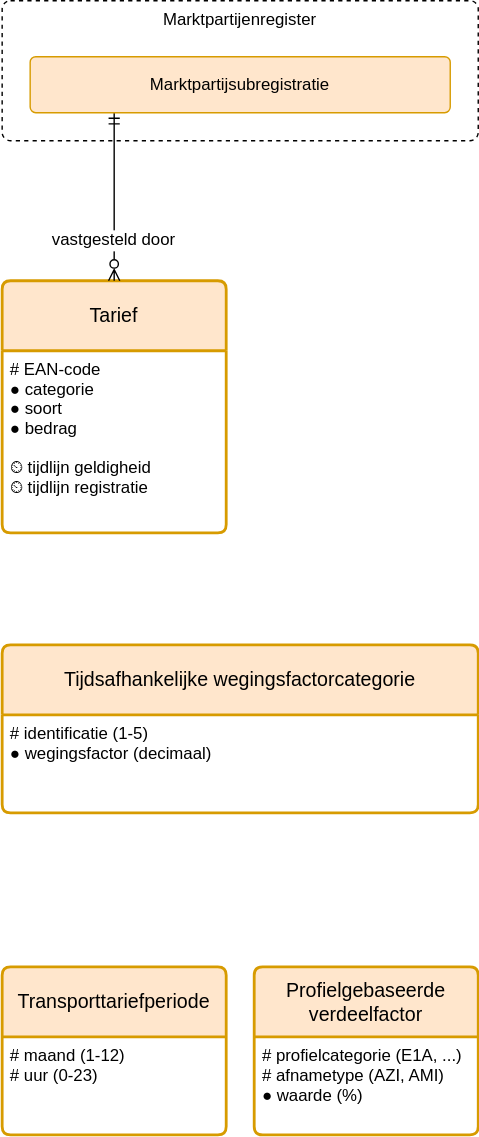
Before: registers/tarievenregister/1.1/tarievenregister.drawio.svg, a diagram exported from draw.io (Netbeheer-Nederland/stelsel). Source tidied: cells renumbered, new cells last; positions are measured from the earlier drawing's top-left corner, leaving out a move shared by most shapes. Source of this version:
```xml
<mxGraphModel>
  <root>
    <mxCell id="0" />
    <mxCell id="1" parent="0" />
    <mxCell id="2" value="Marktpartijenregister" style="rounded=1;whiteSpace=wrap;verticalAlign=top;sketch=0;fontSize=12;dashed=1;arcSize=12;absoluteArcSize=1;" parent="1" vertex="1">
      <mxGeometry width="340" height="100" as="geometry" />
    </mxCell>
    <mxCell id="3" value="Tarief" style="swimlane;horizontal=1;startSize=50;rounded=1;fontSize=14;fontStyle=0;strokeWidth=2;shadow=0;dashed=0;align=center;fillColor=#ffe6cc;strokeColor=#d79b00;arcSize=4;whiteSpace=wrap;" parent="1" vertex="1">
      <mxGeometry y="200" width="160" height="180" as="geometry" />
    </mxCell>
    <mxCell id="4" value="# EAN-code&#10;● categorie&#10;● soort&#10;● bedrag&#10;&#10;⏲ tijdlijn geldigheid&#10;⏲ tijdlijn registratie" style="align=left;strokeColor=none;fillColor=none;spacingLeft=4;fontSize=12;verticalAlign=top;" parent="3" vertex="1">
      <mxGeometry y="50" width="160" height="130" as="geometry" />
    </mxCell>
    <mxCell id="5" value="vastgesteld door" style="fontSize=12;endArrow=ERmandOne;startArrow=ERzeroToMany;rounded=0;startFill=0;endFill=0;verticalAlign=middle;strokeColor=default;labelBackgroundColor=default;fontColor=default;align=center;edgeStyle=elbowEdgeStyle;exitX=0.5;exitY=0;exitDx=0;exitDy=0;" parent="1" edge="1" source="3" target="6">
      <mxGeometry x="-0.5" relative="1" as="geometry" />
    </mxCell>
    <mxCell id="6" value="Marktpartijsubregistratie" style="rounded=1;arcSize=10;whiteSpace=wrap;align=center;fillColor=#ffe6cc;strokeColor=#d79b00;" parent="1" vertex="1">
      <mxGeometry x="20" y="40" width="300" height="40" as="geometry" />
    </mxCell>
    <mxCell id="7" value="Tijdsafhankelijke wegingsfactorcategorie" style="swimlane;horizontal=1;startSize=50;rounded=1;fontSize=14;fontStyle=0;strokeWidth=2;shadow=0;dashed=0;align=center;fillColor=#ffe6cc;strokeColor=#d79b00;arcSize=4;whiteSpace=wrap;" parent="1" vertex="1">
      <mxGeometry y="460" width="340" height="120" as="geometry" />
    </mxCell>
    <mxCell id="8" value="# identificatie (1-5)&#10;● wegingsfactor (decimaal)" style="align=left;strokeColor=none;fillColor=none;spacingLeft=4;fontSize=12;verticalAlign=top;" parent="7" vertex="1">
      <mxGeometry y="50" width="340" height="70" as="geometry" />
    </mxCell>
    <mxCell id="9" value="Transporttariefperiode" style="swimlane;horizontal=1;startSize=50;rounded=1;fontSize=14;fontStyle=0;strokeWidth=2;shadow=0;dashed=0;align=center;fillColor=#ffe6cc;strokeColor=#d79b00;arcSize=4;whiteSpace=wrap;" parent="1" vertex="1">
      <mxGeometry y="690" width="160" height="120" as="geometry" />
    </mxCell>
    <mxCell id="10" value="# maand (1-12)&#10;# uur (0-23)" style="align=left;strokeColor=none;fillColor=none;spacingLeft=4;fontSize=12;verticalAlign=top;" parent="9" vertex="1">
      <mxGeometry y="50" width="160" height="70" as="geometry" />
    </mxCell>
    <mxCell id="11" value="Profielgebaseerde verdeelfactor" style="swimlane;horizontal=1;startSize=50;rounded=1;fontSize=14;fontStyle=0;strokeWidth=2;shadow=0;dashed=0;align=center;fillColor=#ffe6cc;strokeColor=#d79b00;arcSize=4;whiteSpace=wrap;" parent="1" vertex="1">
      <mxGeometry x="180" y="690" width="160" height="120" as="geometry" />
    </mxCell>
    <mxCell id="12" value="# profielcategorie (E1A, ...)&#10;# afnametype (AZI, AMI)&#10;● waarde (%)" style="align=left;strokeColor=none;fillColor=none;spacingLeft=4;fontSize=12;verticalAlign=top;" parent="11" vertex="1">
      <mxGeometry y="50" width="160" height="70" as="geometry" />
    </mxCell>
  </root>
</mxGraphModel>
```
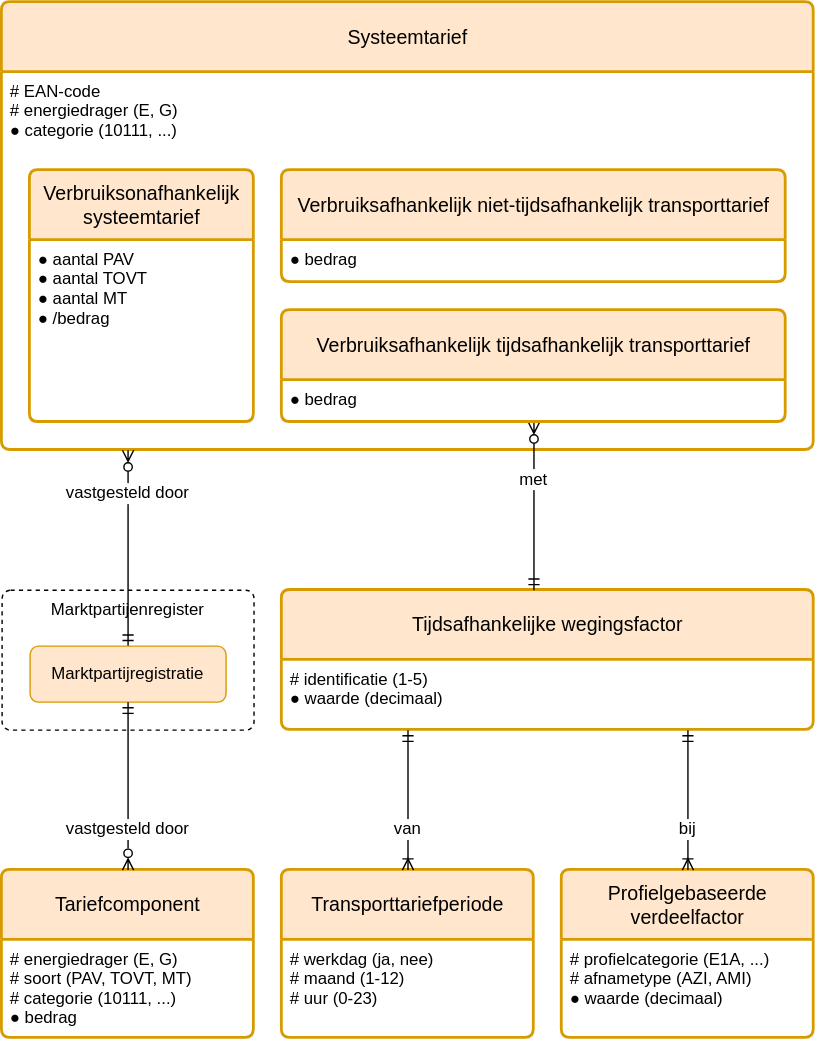
Later version of the same file.

Commit message:
Tarievenregister 1.1-draft

What changed in the source:
```diff
@@ -2,38 +2,74 @@
   <root>
     <mxCell id="0" />
     <mxCell id="1" parent="0" />
+    <mxCell id="13" value="Systeemtarief" style="swimlane;horizontal=1;startSize=50;rounded=1;fontSize=14;fontStyle=0;strokeWidth=2;shadow=0;dashed=0;align=center;fillColor=#ffe6cc;strokeColor=#d79b00;arcSize=4;whiteSpace=wrap;spacing=10;" parent="1" vertex="1">
+      <mxGeometry y="-380" width="580" height="320" as="geometry" />
+    </mxCell>
+    <mxCell id="14" value="# EAN-code&#10;# energiedrager (E, G)&#10;● categorie (10111, ...)" style="align=left;strokeColor=none;fillColor=none;spacingLeft=4;fontSize=12;verticalAlign=top;" parent="13" vertex="1">
+      <mxGeometry y="50" width="580" height="270" as="geometry" />
+    </mxCell>
+    <mxCell id="15" value="Verbruiksonafhankelijk systeemtarief" style="swimlane;horizontal=1;startSize=50;rounded=1;fontSize=14;fontStyle=0;strokeWidth=2;shadow=0;dashed=0;align=center;fillColor=#ffe6cc;strokeColor=#d79b00;arcSize=4;whiteSpace=wrap;spacing=10;" parent="1" vertex="1">
+      <mxGeometry x="20" y="-260" width="160" height="180" as="geometry" />
+    </mxCell>
+    <mxCell id="16" value="● aantal PAV&#10;● aantal TOVT&#10;● aantal MT&#10;● /bedrag" style="align=left;strokeColor=none;fillColor=none;spacingLeft=4;fontSize=12;verticalAlign=top;" parent="15" vertex="1">
+      <mxGeometry y="50" width="160" height="130" as="geometry" />
+    </mxCell>
+    <mxCell id="17" value="Verbruiksafhankelijk niet-tijdsafhankelijk transporttarief" style="swimlane;horizontal=1;startSize=50;rounded=1;fontSize=14;fontStyle=0;strokeWidth=2;shadow=0;dashed=0;align=center;fillColor=#ffe6cc;strokeColor=#d79b00;arcSize=4;whiteSpace=wrap;spacing=10;" parent="1" vertex="1">
+      <mxGeometry x="200" y="-260" width="360" height="80" as="geometry" />
+    </mxCell>
+    <mxCell id="18" value="● bedrag" style="align=left;strokeColor=none;fillColor=none;spacingLeft=4;fontSize=12;verticalAlign=top;" parent="17" vertex="1">
+      <mxGeometry y="50" width="360" height="30" as="geometry" />
+    </mxCell>
+    <mxCell id="19" value="Tariefcomponent" style="swimlane;horizontal=1;startSize=50;rounded=1;fontSize=14;fontStyle=0;strokeWidth=2;shadow=0;dashed=0;align=center;fillColor=#ffe6cc;strokeColor=#d79b00;arcSize=4;whiteSpace=wrap;spacing=10;" parent="1" vertex="1">
+      <mxGeometry y="240" width="180" height="120" as="geometry" />
+    </mxCell>
+    <mxCell id="20" value="# energiedrager (E, G)&#10;# soort (PAV, TOVT, MT)&#10;# categorie (10111, ...)&#10;● bedrag" style="align=left;strokeColor=none;fillColor=none;spacingLeft=4;fontSize=12;verticalAlign=top;" parent="19" vertex="1">
+      <mxGeometry y="50" width="180" height="70" as="geometry" />
+    </mxCell>
+    <mxCell id="21" value="Tijdsafhankelijke wegingsfactor" style="swimlane;horizontal=1;startSize=50;rounded=1;fontSize=14;fontStyle=0;strokeWidth=2;shadow=0;dashed=0;align=center;fillColor=#ffe6cc;strokeColor=#d79b00;arcSize=4;whiteSpace=wrap;spacing=10;" parent="1" vertex="1">
+      <mxGeometry x="200" y="40" width="380" height="100" as="geometry" />
+    </mxCell>
+    <mxCell id="22" value="# identificatie (1-5)&#10;● waarde (decimaal)" style="align=left;strokeColor=none;fillColor=none;spacingLeft=4;fontSize=12;verticalAlign=top;" parent="21" vertex="1">
+      <mxGeometry y="50" width="380" height="50" as="geometry" />
+    </mxCell>
+    <mxCell id="9" value="Transporttariefperiode" style="swimlane;horizontal=1;startSize=50;rounded=1;fontSize=14;fontStyle=0;strokeWidth=2;shadow=0;dashed=0;align=center;fillColor=#ffe6cc;strokeColor=#d79b00;arcSize=4;whiteSpace=wrap;spacing=10;" parent="1" vertex="1">
+      <mxGeometry x="200" y="240" width="180" height="120" as="geometry" />
+    </mxCell>
+    <mxCell id="23" value="# werkdag (ja, nee)&#10;# maand (1-12)&#10;# uur (0-23)" style="align=left;strokeColor=none;fillColor=none;spacingLeft=4;fontSize=12;verticalAlign=top;" parent="9" vertex="1">
+      <mxGeometry y="50" width="180" height="70" as="geometry" />
+    </mxCell>
+    <mxCell id="11" value="Profielgebaseerde verdeelfactor" style="swimlane;horizontal=1;startSize=50;rounded=1;fontSize=14;fontStyle=0;strokeWidth=2;shadow=0;dashed=0;align=center;fillColor=#ffe6cc;strokeColor=#d79b00;arcSize=4;whiteSpace=wrap;spacing=10;" parent="1" vertex="1">
+      <mxGeometry x="400" y="240" width="180" height="120" as="geometry" />
+    </mxCell>
+    <mxCell id="24" value="# profielcategorie (E1A, ...)&#10;# afnametype (AZI, AMI)&#10;● waarde (decimaal)" style="align=left;strokeColor=none;fillColor=none;spacingLeft=4;fontSize=12;verticalAlign=top;" parent="11" vertex="1">
+      <mxGeometry y="50" width="180" height="70" as="geometry" />
+    </mxCell>
+    <mxCell id="25" value="van" style="fontSize=12;endArrow=ERmandOne;startArrow=ERoneToMany;rounded=0;startFill=0;endFill=0;verticalAlign=middle;strokeColor=default;labelBackgroundColor=default;fontColor=default;align=center;edgeStyle=elbowEdgeStyle;" parent="1" edge="1" source="9" target="21">
+      <mxGeometry x="-0.4" relative="1" as="geometry" />
+    </mxCell>
+    <mxCell id="26" value="bij" style="fontSize=12;endArrow=ERmandOne;startArrow=ERoneToMany;rounded=0;startFill=0;endFill=0;verticalAlign=middle;strokeColor=default;labelBackgroundColor=default;fontColor=default;align=center;edgeStyle=elbowEdgeStyle;" parent="1" edge="1" source="11" target="21">
+      <mxGeometry x="-0.4" relative="1" as="geometry" />
+    </mxCell>
+    <mxCell id="27" value="met" style="fontSize=12;endArrow=ERmandOne;startArrow=ERzeroToMany;rounded=0;startFill=0;endFill=0;verticalAlign=middle;strokeColor=default;labelBackgroundColor=default;fontColor=default;align=center;edgeStyle=elbowEdgeStyle;" parent="1" edge="1" source="28" target="21">
+      <mxGeometry x="-0.33" relative="1" as="geometry" />
+    </mxCell>
+    <mxCell id="28" value="Verbruiksafhankelijk tijdsafhankelijk transporttarief" style="swimlane;horizontal=1;startSize=50;rounded=1;fontSize=14;fontStyle=0;strokeWidth=2;shadow=0;dashed=0;align=center;fillColor=#ffe6cc;strokeColor=#d79b00;arcSize=4;whiteSpace=wrap;spacing=10;" parent="1" vertex="1">
+      <mxGeometry x="200" y="-160" width="360" height="80" as="geometry" />
+    </mxCell>
+    <mxCell id="29" value="● bedrag" style="align=left;strokeColor=none;fillColor=none;spacingLeft=4;fontSize=12;verticalAlign=top;" parent="28" vertex="1">
+      <mxGeometry y="50" width="360" height="30" as="geometry" />
+    </mxCell>
     <mxCell id="2" value="Marktpartijenregister" style="rounded=1;whiteSpace=wrap;verticalAlign=top;sketch=0;fontSize=12;dashed=1;arcSize=12;absoluteArcSize=1;" parent="1" vertex="1">
-      <mxGeometry width="340" height="100" as="geometry" />
+      <mxGeometry y="40" width="180" height="100" as="geometry" />
     </mxCell>
-    <mxCell id="3" value="Tarief" style="swimlane;horizontal=1;startSize=50;rounded=1;fontSize=14;fontStyle=0;strokeWidth=2;shadow=0;dashed=0;align=center;fillColor=#ffe6cc;strokeColor=#d79b00;arcSize=4;whiteSpace=wrap;" parent="1" vertex="1">
-      <mxGeometry y="200" width="160" height="180" as="geometry" />
-    </mxCell>
-    <mxCell id="4" value="# EAN-code&#10;● categorie&#10;● soort&#10;● bedrag&#10;&#10;⏲ tijdlijn geldigheid&#10;⏲ tijdlijn registratie" style="align=left;strokeColor=none;fillColor=none;spacingLeft=4;fontSize=12;verticalAlign=top;" parent="3" vertex="1">
-      <mxGeometry y="50" width="160" height="130" as="geometry" />
-    </mxCell>
-    <mxCell id="5" value="vastgesteld door" style="fontSize=12;endArrow=ERmandOne;startArrow=ERzeroToMany;rounded=0;startFill=0;endFill=0;verticalAlign=middle;strokeColor=default;labelBackgroundColor=default;fontColor=default;align=center;edgeStyle=elbowEdgeStyle;exitX=0.5;exitY=0;exitDx=0;exitDy=0;" parent="1" edge="1" source="3" target="6">
-      <mxGeometry x="-0.5" relative="1" as="geometry" />
-    </mxCell>
-    <mxCell id="6" value="Marktpartijsubregistratie" style="rounded=1;arcSize=10;whiteSpace=wrap;align=center;fillColor=#ffe6cc;strokeColor=#d79b00;" parent="1" vertex="1">
-      <mxGeometry x="20" y="40" width="300" height="40" as="geometry" />
-    </mxCell>
-    <mxCell id="7" value="Tijdsafhankelijke wegingsfactorcategorie" style="swimlane;horizontal=1;startSize=50;rounded=1;fontSize=14;fontStyle=0;strokeWidth=2;shadow=0;dashed=0;align=center;fillColor=#ffe6cc;strokeColor=#d79b00;arcSize=4;whiteSpace=wrap;" parent="1" vertex="1">
-      <mxGeometry y="460" width="340" height="120" as="geometry" />
-    </mxCell>
-    <mxCell id="8" value="# identificatie (1-5)&#10;● wegingsfactor (decimaal)" style="align=left;strokeColor=none;fillColor=none;spacingLeft=4;fontSize=12;verticalAlign=top;" parent="7" vertex="1">
-      <mxGeometry y="50" width="340" height="70" as="geometry" />
-    </mxCell>
-    <mxCell id="9" value="Transporttariefperiode" style="swimlane;horizontal=1;startSize=50;rounded=1;fontSize=14;fontStyle=0;strokeWidth=2;shadow=0;dashed=0;align=center;fillColor=#ffe6cc;strokeColor=#d79b00;arcSize=4;whiteSpace=wrap;" parent="1" vertex="1">
-      <mxGeometry y="690" width="160" height="120" as="geometry" />
-    </mxCell>
-    <mxCell id="10" value="# maand (1-12)&#10;# uur (0-23)" style="align=left;strokeColor=none;fillColor=none;spacingLeft=4;fontSize=12;verticalAlign=top;" parent="9" vertex="1">
-      <mxGeometry y="50" width="160" height="70" as="geometry" />
-    </mxCell>
-    <mxCell id="11" value="Profielgebaseerde verdeelfactor" style="swimlane;horizontal=1;startSize=50;rounded=1;fontSize=14;fontStyle=0;strokeWidth=2;shadow=0;dashed=0;align=center;fillColor=#ffe6cc;strokeColor=#d79b00;arcSize=4;whiteSpace=wrap;" parent="1" vertex="1">
-      <mxGeometry x="180" y="690" width="160" height="120" as="geometry" />
-    </mxCell>
-    <mxCell id="12" value="# profielcategorie (E1A, ...)&#10;# afnametype (AZI, AMI)&#10;● waarde (%)" style="align=left;strokeColor=none;fillColor=none;spacingLeft=4;fontSize=12;verticalAlign=top;" parent="11" vertex="1">
-      <mxGeometry y="50" width="160" height="70" as="geometry" />
-    </mxCell>
+    <mxCell id="30" value="vastgesteld door" style="fontSize=12;endArrow=ERmandOne;startArrow=ERzeroToMany;rounded=0;startFill=0;endFill=0;verticalAlign=middle;strokeColor=default;labelBackgroundColor=default;fontColor=default;align=center;edgeStyle=elbowEdgeStyle;" parent="1" edge="1" source="13" target="31">
+      <mxGeometry x="-0.57" relative="1" as="geometry" />
+    </mxCell>
+    <mxCell id="31" value="Marktpartijregistratie" style="rounded=1;arcSize=12;whiteSpace=wrap;align=center;fillColor=#ffe6cc;strokeColor=#d79b00;absoluteArcSize=1;horizontal=1;" parent="1" vertex="1">
+      <mxGeometry x="20" y="80" width="140" height="40" as="geometry" />
+    </mxCell>
+    <mxCell id="32" value="vastgesteld door" style="fontSize=12;endArrow=ERmandOne;startArrow=ERzeroToMany;rounded=0;startFill=0;endFill=0;verticalAlign=middle;strokeColor=default;labelBackgroundColor=default;fontColor=default;align=center;edgeStyle=elbowEdgeStyle;" parent="1" edge="1" source="19" target="31">
+      <mxGeometry x="-0.5" relative="1" as="geometry" />
+    </mxCell>
   </root>
 </mxGraphModel>
```
